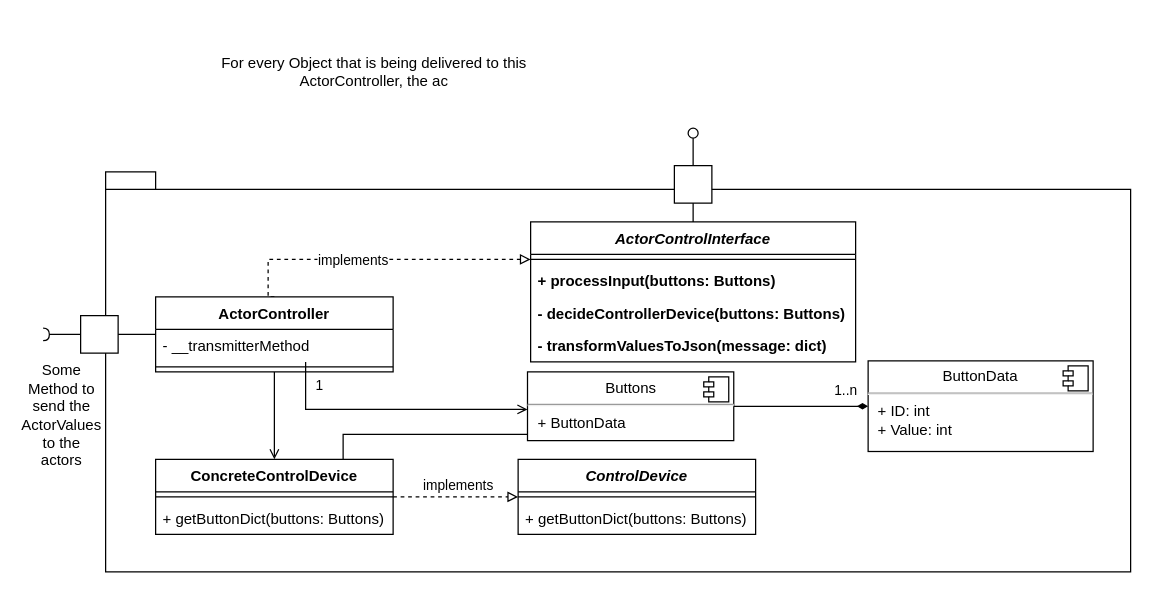
This is ActorControl/Architecture/MotorControlArchitecture.drawio from Uhgtred/HomeExplorer, a draw.io file, before an edit. Source tidied: cells renumbered, new cells numbered last; positions are measured from the earlier drawing's top-left corner, leaving out a move shared by most shapes. Both pictures are drawn from the tidied source at 125%, with x=0, y=0 at pixel (-20, 21).
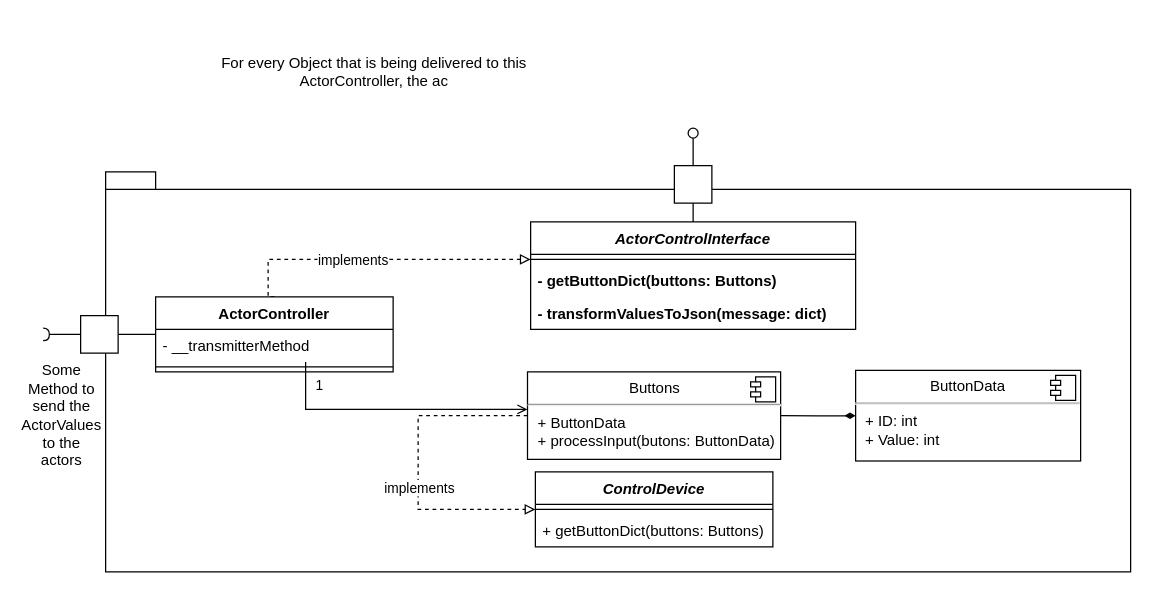
The same diagram, later.

Commit message (it also covers changes not shown here):
suggesting a better architecture

Unchanged cells that the change refers to:
```xml
<mxCell id="28" value="ActorController&#10;" style="swimlane;fontStyle=1;align=center;verticalAlign=top;horizontal=1;startSize=26;" parent="1" vertex="1">
  <mxGeometry x="140" y="220" width="190" height="60" as="geometry" />
</mxCell>
```

Diff of the diagram source:
```diff
@@
-    <mxCell id="5" value="&lt;p style=&quot;margin:0px;margin-top:6px;text-align:center;&quot;&gt;Buttons&lt;/p&gt;&lt;hr&gt;&lt;p style=&quot;margin:0px;margin-left:8px;&quot;&gt;+ ButtonData&lt;/p&gt;" style="align=left;overflow=fill;html=1;" parent="1" vertex="1">
-      <mxGeometry x="437.5" y="280" width="165" height="55" as="geometry" />
+    <mxCell id="5" value="&lt;p style=&quot;margin:0px;margin-top:6px;text-align:center;&quot;&gt;Buttons&lt;/p&gt;&lt;hr&gt;&lt;p style=&quot;margin:0px;margin-left:8px;&quot;&gt;+ ButtonData&lt;/p&gt;&lt;p style=&quot;margin:0px;margin-left:8px;&quot;&gt;+ processInput(butons: ButtonData)&lt;/p&gt;" style="align=left;overflow=fill;html=1;" parent="1" vertex="1">
+      <mxGeometry x="437.5" y="280" width="202.5" height="70" as="geometry" />
     </mxCell>
@@
     <mxCell id="13" value="ActorControlInterface" style="swimlane;fontStyle=3;align=center;verticalAlign=top;horizontal=1;startSize=26;" parent="1" vertex="1">
-      <mxGeometry x="440" y="160" width="260" height="112" as="geometry" />
+      <mxGeometry x="440" y="160" width="260" height="86" as="geometry" />
     </mxCell>
@@
-    <mxCell id="15" value="+ processInput(buttons: Buttons)" style="text;strokeColor=none;fillColor=none;align=left;verticalAlign=top;spacingLeft=4;spacingRight=4;overflow=hidden;fontStyle=1;" parent="13" vertex="1">
-      <mxGeometry y="34" width="260" height="26" as="geometry" />
-    </mxCell>
-    <mxCell id="16" value="- decideControllerDevice(buttons: Buttons)" style="text;strokeColor=none;fillColor=none;align=left;verticalAlign=top;spacingLeft=4;spacingRight=4;overflow=hidden;fontStyle=1;" parent="13" vertex="1">
-      <mxGeometry y="60" width="260" height="26" as="geometry" />
+    <mxCell id="16" value="- getButtonDict(buttons: Buttons)" style="text;strokeColor=none;fillColor=none;align=left;verticalAlign=top;spacingLeft=4;spacingRight=4;overflow=hidden;fontStyle=1;" parent="13" vertex="1">
+      <mxGeometry y="34" width="260" height="26" as="geometry" />
     </mxCell>
     <mxCell id="17" value="- transformValuesToJson(message: dict)" style="text;strokeColor=none;fillColor=none;align=left;verticalAlign=top;spacingLeft=4;spacingRight=4;overflow=hidden;fontStyle=1;" parent="13" vertex="1">
-      <mxGeometry y="86" width="260" height="26" as="geometry" />
+      <mxGeometry y="60" width="260" height="26" as="geometry" />
     </mxCell>
@@
     <mxCell id="24" value="&lt;p style=&quot;margin:0px;margin-top:6px;text-align:center;&quot;&gt;ButtonData&lt;/p&gt;&lt;hr&gt;&lt;p style=&quot;margin:0px;margin-left:8px;&quot;&gt;+ ID: int&lt;/p&gt;&lt;p style=&quot;margin:0px;margin-left:8px;&quot;&gt;+ Value: int&lt;/p&gt;" style="align=left;overflow=fill;html=1;" parent="1" vertex="1">
-      <mxGeometry x="710" y="271.2" width="180" height="72.5" as="geometry" />
+      <mxGeometry x="700" y="278.8" width="180" height="72.5" as="geometry" />
     </mxCell>
@@
-    <mxCell id="26" style="edgeStyle=orthogonalEdgeStyle;rounded=0;jettySize=auto;html=1;endArrow=open;endFill=0;" parent="1" edge="1" source="28" target="34">
-      <mxGeometry relative="1" as="geometry" />
-    </mxCell>
@@
-    <mxCell id="31" style="edgeStyle=orthogonalEdgeStyle;rounded=0;jettySize=auto;html=1;endArrow=block;endFill=0;dashed=1;" parent="1" edge="1" source="34" target="37">
-      <mxGeometry relative="1" as="geometry" />
+    <mxCell id="31" style="edgeStyle=orthogonalEdgeStyle;rounded=0;jettySize=auto;html=1;endArrow=block;endFill=0;dashed=1;exitX=0;exitY=0.5;exitDx=0;exitDy=0;" parent="1" edge="1" source="5" target="37">
+      <mxGeometry relative="1" as="geometry">
+        <Array as="points">
+          <mxPoint x="350" y="315" />
+          <mxPoint x="350" y="390" />
+        </Array>
+      </mxGeometry>
     </mxCell>
     <mxCell id="32" value="implements" style="edgeLabel;html=1;align=center;verticalAlign=middle;" parent="31" vertex="1">
       <mxGeometry x="0.26" y="3" relative="1" as="geometry">
-        <mxPoint x="-12" y="-7" as="offset" />
+        <mxPoint x="-3" y="-16" as="offset" />
       </mxGeometry>
     </mxCell>
-    <mxCell id="33" style="edgeStyle=orthogonalEdgeStyle;rounded=0;jettySize=auto;html=1;endArrow=none;endFill=0;" parent="1" edge="1" source="34" target="5">
-      <mxGeometry relative="1" as="geometry">
-        <Array as="points">
-          <mxPoint x="290" y="330" />
-          <mxPoint x="518" y="330" />
-        </Array>
-      </mxGeometry>
-    </mxCell>
-    <mxCell id="34" value="ConcreteControlDevice" style="swimlane;fontStyle=1;align=center;verticalAlign=top;horizontal=1;startSize=26;" parent="1" vertex="1">
-      <mxGeometry x="140" y="350" width="190" height="60" as="geometry" />
-    </mxCell>
-    <mxCell id="35" style="line;strokeWidth=1;fillColor=none;align=left;verticalAlign=middle;spacingTop=-1;spacingLeft=3;spacingRight=3;labelPosition=right;strokeColor=inherit;" parent="34" vertex="1">
-      <mxGeometry y="26" width="190" height="8" as="geometry" />
-    </mxCell>
-    <mxCell id="36" value="+ getButtonDict(buttons: Buttons)" style="text;strokeColor=none;fillColor=none;align=left;verticalAlign=top;spacingLeft=4;spacingRight=4;overflow=hidden;" parent="34" vertex="1">
-      <mxGeometry y="34" width="190" height="26" as="geometry" />
-    </mxCell>
     <mxCell id="37" value="ControlDevice" style="swimlane;fontStyle=3;align=center;verticalAlign=top;horizontal=1;startSize=26;" parent="1" vertex="1">
-      <mxGeometry x="430" y="350" width="190" height="60" as="geometry" />
+      <mxGeometry x="443.8" y="360" width="190" height="60" as="geometry" />
     </mxCell>
```
